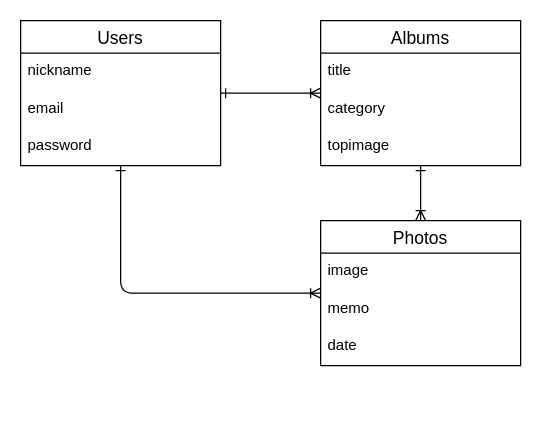
Above: er.dio in yuhorn/memoria (draw.io), before the change. Source tidied: cells renumbered, new cells numbered last; positions are measured from the earlier drawing's top-left corner, leaving out a move shared by most shapes. Both pictures are drawn from the tidied source at 125%, with x=0, y=0 at pixel (20, 20).
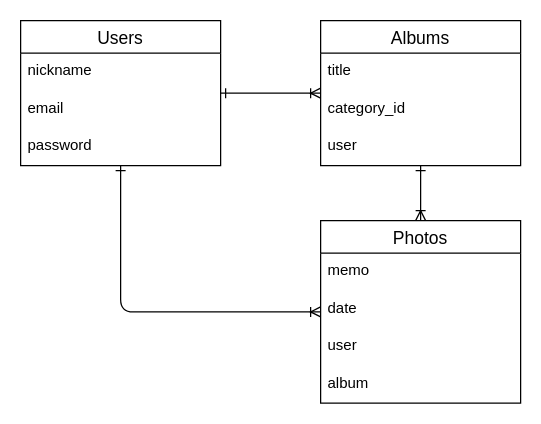
The same diagram, later.

Change to the diagram source:
```diff
@@
 <mxGraphModel>
   <root>
     <mxCell id="0" />
     <mxCell id="1" parent="0" />
     <mxCell id="2" style="edgeStyle=none;html=1;endArrow=ERone;endFill=0;startArrow=ERoneToMany;startFill=0;" parent="1" edge="1" source="4" target="9">
       <mxGeometry relative="1" as="geometry" />
     </mxCell>
     <mxCell id="3" style="edgeStyle=none;html=1;endArrow=ERoneToMany;endFill=0;startArrow=ERone;startFill=0;" parent="1" edge="1" source="4" target="13">
       <mxGeometry relative="1" as="geometry" />
     </mxCell>
     <mxCell id="4" value="Albums" style="swimlane;fontStyle=0;horizontal=1;startSize=26;align=center;fontSize=14;" parent="1" vertex="1">
       <mxGeometry x="240" width="160" height="116" as="geometry" />
     </mxCell>
     <mxCell id="5" value="title" style="text;strokeColor=none;fillColor=none;spacingLeft=4;spacingRight=4;overflow=hidden;fontSize=12;" parent="4" vertex="1">
       <mxGeometry y="26" width="160" height="30" as="geometry" />
     </mxCell>
-    <mxCell id="6" value="category" style="text;strokeColor=none;fillColor=none;spacingLeft=4;spacingRight=4;overflow=hidden;fontSize=12;" parent="4" vertex="1">
+    <mxCell id="6" value="category_id" style="text;strokeColor=none;fillColor=none;spacingLeft=4;spacingRight=4;overflow=hidden;fontSize=12;" parent="4" vertex="1">
       <mxGeometry y="56" width="160" height="30" as="geometry" />
     </mxCell>
-    <mxCell id="7" value="topimage" style="text;strokeColor=none;fillColor=none;spacingLeft=4;spacingRight=4;overflow=hidden;fontSize=12;" parent="4" vertex="1">
+    <mxCell id="7" value="user" style="text;strokeColor=none;fillColor=none;spacingLeft=4;spacingRight=4;overflow=hidden;fontSize=12;" parent="4" vertex="1">
       <mxGeometry y="86" width="160" height="30" as="geometry" />
     </mxCell>
     <mxCell id="8" style="edgeStyle=none;html=1;startArrow=ERone;startFill=0;endArrow=ERoneToMany;endFill=0;" parent="1" edge="1" source="9" target="13">
       <mxGeometry relative="1" as="geometry">
         <Array as="points">
-          <mxPoint x="80" y="218" />
+          <mxPoint x="80" y="233" />
         </Array>
       </mxGeometry>
     </mxCell>
     <mxCell id="9" value="Users" style="swimlane;fontStyle=0;horizontal=1;startSize=26;align=center;fontSize=14;" parent="1" vertex="1">
       <mxGeometry width="160" height="116" as="geometry" />
     </mxCell>
     <mxCell id="10" value="nickname" style="text;strokeColor=none;fillColor=none;spacingLeft=4;spacingRight=4;overflow=hidden;fontSize=12;" parent="9" vertex="1">
       <mxGeometry y="26" width="160" height="30" as="geometry" />
     </mxCell>
     <mxCell id="11" value="email" style="text;strokeColor=none;fillColor=none;spacingLeft=4;spacingRight=4;overflow=hidden;fontSize=12;" parent="9" vertex="1">
       <mxGeometry y="56" width="160" height="30" as="geometry" />
     </mxCell>
     <mxCell id="12" value="password" style="text;strokeColor=none;fillColor=none;spacingLeft=4;spacingRight=4;overflow=hidden;fontSize=12;" parent="9" vertex="1">
       <mxGeometry y="86" width="160" height="30" as="geometry" />
     </mxCell>
     <mxCell id="13" value="Photos" style="swimlane;fontStyle=0;horizontal=1;startSize=26;align=center;fontSize=14;" parent="1" vertex="1">
-      <mxGeometry x="240" y="160" width="160" height="116" as="geometry" />
+      <mxGeometry x="240" y="160" width="160" height="146" as="geometry" />
     </mxCell>
-    <mxCell id="14" value="image" style="text;strokeColor=none;fillColor=none;spacingLeft=4;spacingRight=4;overflow=hidden;fontSize=12;" parent="13" vertex="1">
-      <mxGeometry y="26" width="160" height="30" as="geometry" />
-    </mxCell>
     <mxCell id="15" value="memo" style="text;strokeColor=none;fillColor=none;spacingLeft=4;spacingRight=4;overflow=hidden;fontSize=12;" parent="13" vertex="1">
-      <mxGeometry y="56" width="160" height="30" as="geometry" />
+      <mxGeometry y="26" width="160" height="30" as="geometry" />
     </mxCell>
     <mxCell id="16" value="date" style="text;strokeColor=none;fillColor=none;spacingLeft=4;spacingRight=4;overflow=hidden;fontSize=12;" parent="13" vertex="1">
-      <mxGeometry y="86" width="160" height="30" as="geometry" />
+      <mxGeometry y="56" width="160" height="30" as="geometry" />
     </mxCell>
+    <mxCell id="17" value="user" style="text;strokeColor=none;fillColor=none;spacingLeft=4;spacingRight=4;overflow=hidden;fontSize=12;" parent="13" vertex="1">
+      <mxGeometry y="86" width="160" height="30" as="geometry" />
+    </mxCell>
+    <mxCell id="18" value="album" style="text;strokeColor=none;fillColor=none;spacingLeft=4;spacingRight=4;overflow=hidden;fontSize=12;" parent="13" vertex="1">
+      <mxGeometry y="116" width="160" height="30" as="geometry" />
+    </mxCell>
   </root>
 </mxGraphModel>
```
